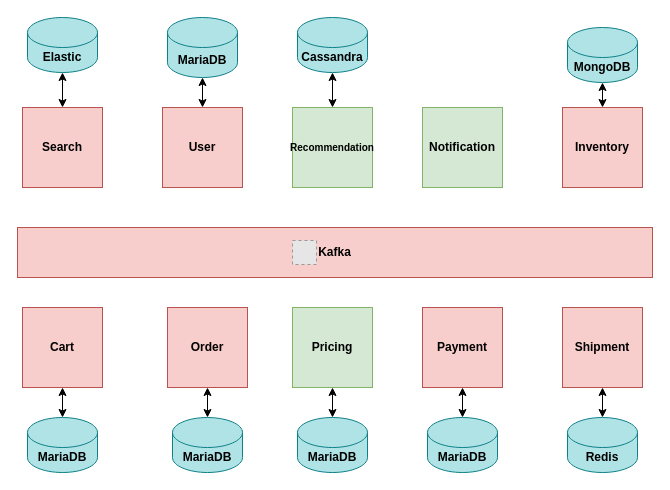
This is ecommerce/doc/design/ecommerce.drawio from salamsoft/systemdesigns, a draw.io file, before an edit. Source tidied: cells renumbered, new cells numbered last; positions are measured from the earlier drawing's top-left corner, leaving out a move shared by most shapes. Both pictures are drawn from the tidied source at 100%, with x=0, y=0 at pixel (17, 17). Pictures stored in the file or linked from it are replaced by grey dashed boxes.
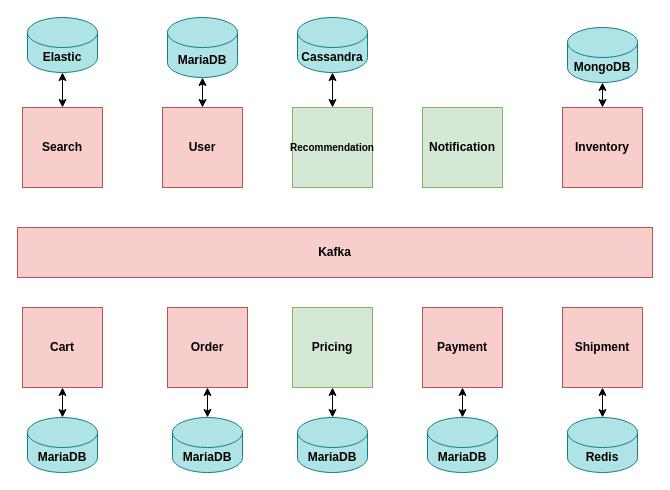
The same page after the edit.

Diff of the diagram source:
```diff
@@
-    <mxCell id="31" style="fillColor=#E6E6E6;strokeColor=#999999;dashed=1;verticalLabelPosition=bottom;verticalAlign=top;fontSize=10;" parent="1" vertex="1">
-      <mxGeometry x="275" y="223" width="24" height="24" as="geometry" />
-    </mxCell>
```
